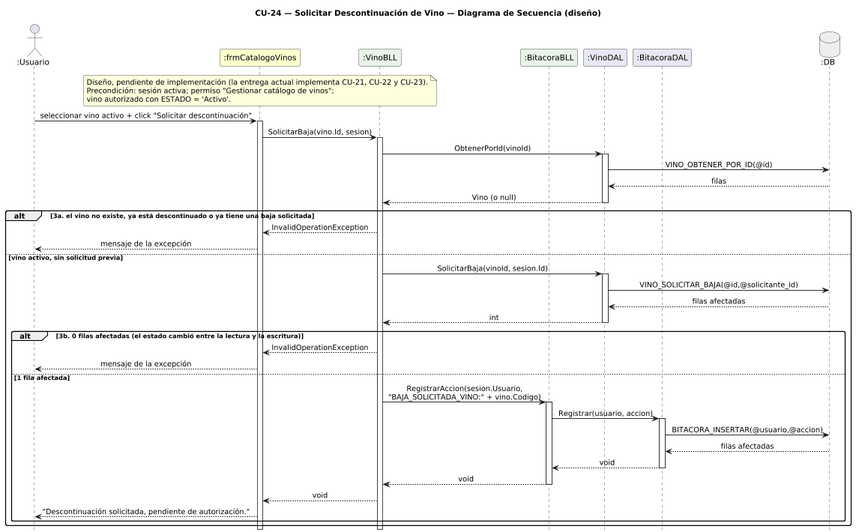
The PlantUML diagram DIAGRAMAS/DiagramaSecuencia_CU24_SolicitarDescontinuacion.png in Jesifu/club-de-vinos-td, before a commit.
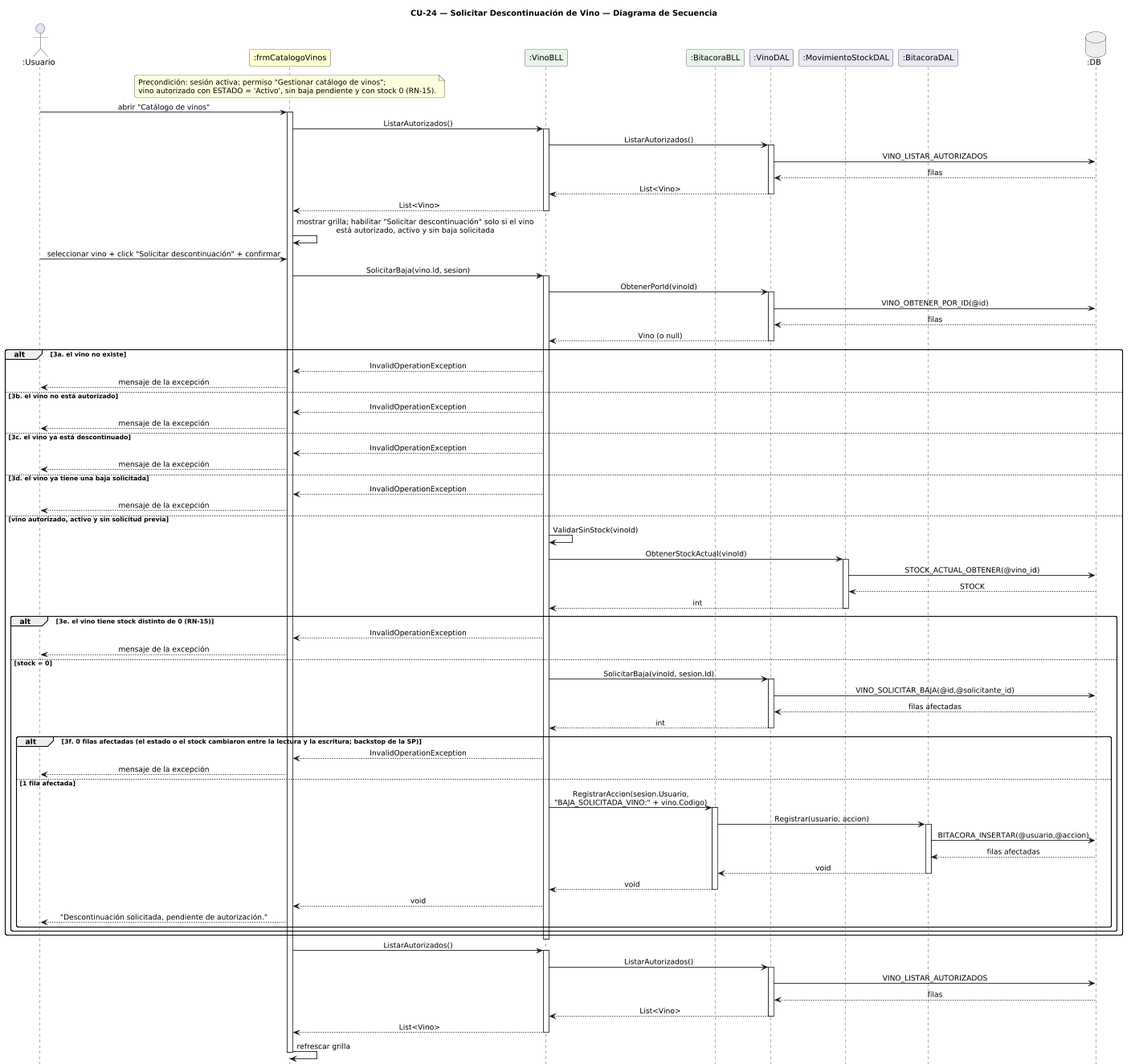
Later version of the same file.

Diff of the diagram source:
```diff
@@ -1,30 +1,43 @@
 @startuml DiagramaSecuencia_CU24_SolicitarDescontinuacion
 
-title CU-24 — Solicitar Descontinuación de Vino — Diagrama de Secuencia (diseño)
+title CU-24 — Solicitar Descontinuación de Vino — Diagrama de Secuencia
 
 skinparam shadowing false
 skinparam roundcorner 6
 skinparam sequenceArrowThickness 1.2
 skinparam sequenceMessageAlign center
 hide footbox
-scale 0.75
+scale 0.7
 
-actor       ":Usuario"             as U
-participant ":frmCatalogoVinos"    as FC #FEFECE
-participant ":VinoBLL"             as VB #E8F4E8
-participant ":BitacoraBLL"         as BB #E8F4E8
-participant ":VinoDAL"             as VD #E8E8F4
-participant ":BitacoraDAL"         as TD #E8E8F4
-database    ":DB"                  as DB #EEEEEE
+actor       ":Usuario"                as U
+participant ":frmCatalogoVinos"       as FC #FEFECE
+participant ":VinoBLL"                as VB #E8F4E8
+participant ":BitacoraBLL"            as BB #E8F4E8
+participant ":VinoDAL"                as VD #E8E8F4
+participant ":MovimientoStockDAL"     as MD #E8E8F4
+participant ":BitacoraDAL"            as TD #E8E8F4
+database    ":DB"                     as DB #EEEEEE
 
 note over FC
-  Diseño, pendiente de implementación (la entrega actual implementa CU-21, CU-22 y CU-23).
   Precondición: sesión activa; permiso "Gestionar catálogo de vinos";
-  vino autorizado con ESTADO = 'Activo'.
+  vino autorizado con ESTADO = 'Activo', sin baja pendiente y con stock 0 (RN-15).
 end note
 
-U -> FC : seleccionar vino activo + click "Solicitar descontinuación"
+U -> FC : abrir "Catálogo de vinos"
 activate FC
+FC -> VB : ListarAutorizados()
+activate VB
+VB -> VD : ListarAutorizados()
+activate VD
+VD -> DB : VINO_LISTAR_AUTORIZADOS
+DB --> VD : filas
+VD --> VB : List<Vino>
+deactivate VD
+VB --> FC : List<Vino>
+deactivate VB
+FC -> FC : mostrar grilla; habilitar "Solicitar descontinuación" solo si el vino\nestá autorizado, activo y sin baja solicitada
+
+U -> FC : seleccionar vino + click "Solicitar descontinuación" + confirmar
 FC -> VB : SolicitarBaja(vino.Id, sesion)
 activate VB
 VB -> VD : ObtenerPorId(vinoId)
@@ -34,36 +47,70 @@
 VD --> VB : Vino (o null)
 deactivate VD
 
-alt 3a. el vino no existe, ya está descontinuado o ya tiene una baja solicitada
+alt 3a. el vino no existe
   VB --> FC : InvalidOperationException
   FC --> U : mensaje de la excepción
-else vino activo, sin solicitud previa
-  VB -> VD : SolicitarBaja(vinoId, sesion.Id)
-  activate VD
-  VD -> DB : VINO_SOLICITAR_BAJA(@id,@solicitante_id)
-  DB --> VD : filas afectadas
-  VD --> VB : int
-  deactivate VD
+else 3b. el vino no está autorizado
+  VB --> FC : InvalidOperationException
+  FC --> U : mensaje de la excepción
+else 3c. el vino ya está descontinuado
+  VB --> FC : InvalidOperationException
+  FC --> U : mensaje de la excepción
+else 3d. el vino ya tiene una baja solicitada
+  VB --> FC : InvalidOperationException
+  FC --> U : mensaje de la excepción
+else vino autorizado, activo y sin solicitud previa
+  VB -> VB : ValidarSinStock(vinoId)
+  VB -> MD : ObtenerStockActual(vinoId)
+  activate MD
+  MD -> DB : STOCK_ACTUAL_OBTENER(@vino_id)
+  DB --> MD : STOCK
+  MD --> VB : int
+  deactivate MD
 
-  alt 3b. 0 filas afectadas (el estado cambió entre la lectura y la escritura)
+  alt 3e. el vino tiene stock distinto de 0 (RN-15)
     VB --> FC : InvalidOperationException
     FC --> U : mensaje de la excepción
-  else 1 fila afectada
-    VB -> BB : RegistrarAccion(sesion.Usuario,\n"BAJA_SOLICITADA_VINO:" + vino.Codigo)
-    activate BB
-    BB -> TD : Registrar(usuario, accion)
-    activate TD
-    TD -> DB : BITACORA_INSERTAR(@usuario,@accion)
-    DB --> TD : filas afectadas
-    TD --> BB : void
-    deactivate TD
-    BB --> VB : void
-    deactivate BB
-    VB --> FC : void
-    FC --> U : "Descontinuación solicitada, pendiente de autorización."
+  else stock = 0
+    VB -> VD : SolicitarBaja(vinoId, sesion.Id)
+    activate VD
+    VD -> DB : VINO_SOLICITAR_BAJA(@id,@solicitante_id)
+    DB --> VD : filas afectadas
+    VD --> VB : int
+    deactivate VD
+
+    alt 3f. 0 filas afectadas (el estado o el stock cambiaron entre la lectura y la escritura; backstop de la SP)
+      VB --> FC : InvalidOperationException
+      FC --> U : mensaje de la excepción
+    else 1 fila afectada
+      VB -> BB : RegistrarAccion(sesion.Usuario,\n"BAJA_SOLICITADA_VINO:" + vino.Codigo)
+      activate BB
+      BB -> TD : Registrar(usuario, accion)
+      activate TD
+      TD -> DB : BITACORA_INSERTAR(@usuario,@accion)
+      DB --> TD : filas afectadas
+      TD --> BB : void
+      deactivate TD
+      BB --> VB : void
+      deactivate BB
+      VB --> FC : void
+      FC --> U : "Descontinuación solicitada, pendiente de autorización."
+    end
   end
 end
 deactivate VB
+
+FC -> VB : ListarAutorizados()
+activate VB
+VB -> VD : ListarAutorizados()
+activate VD
+VD -> DB : VINO_LISTAR_AUTORIZADOS
+DB --> VD : filas
+VD --> VB : List<Vino>
+deactivate VD
+VB --> FC : List<Vino>
+deactivate VB
+FC -> FC : refrescar grilla
 deactivate FC
 
 @enduml
```
